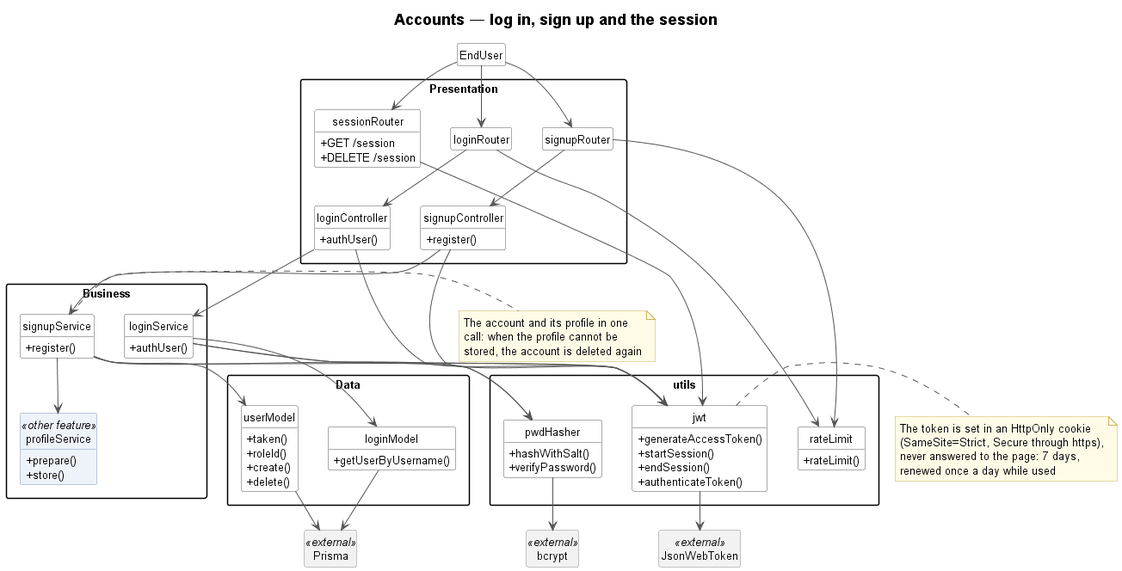
The PlantUML diagram docs/UML/sprint4/01-accounts.png in TPI2026-NewsGenerator/NewsGenerator-Backend, before a commit.
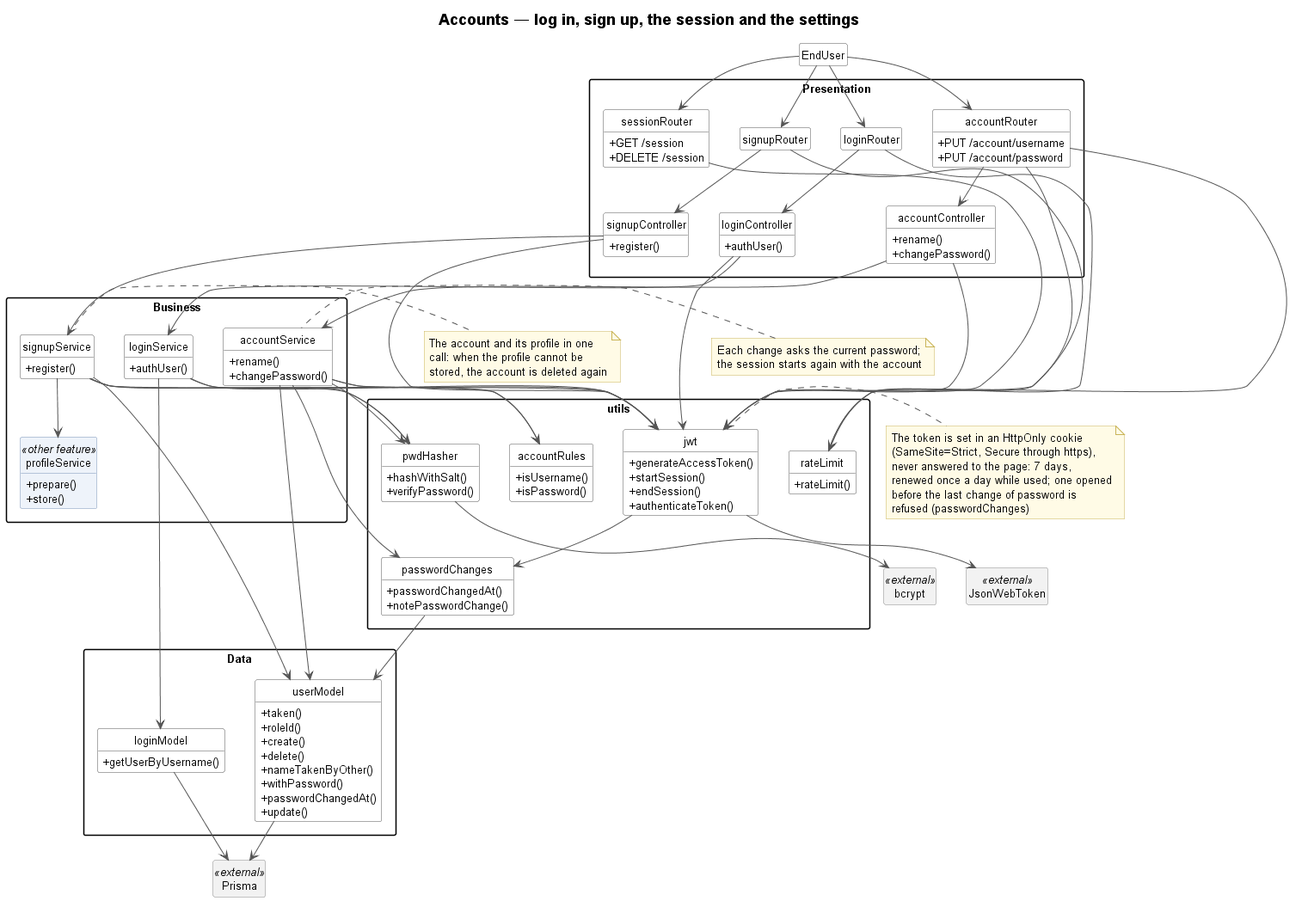
The same file after the commit.

Change to the diagram source:
```diff
@@ -1,6 +1,6 @@
 @startuml 01-accounts
 !include _style.iuml
-title Accounts — log in, sign up and the session
+title Accounts — log in, sign up, the session and the settings
 
 class EndUser
 package "Presentation" {
@@ -10,11 +10,19 @@
         + GET /session
         + DELETE /session
     }
+    class accountRouter {
+        + PUT /account/username
+        + PUT /account/password
+    }
     class loginController {
         + authUser()
     }
     class signupController {
         + register()
+    }
+    class accountController {
+        + rename()
+        + changePassword()
     }
 }
 package "Business" {
@@ -23,6 +31,10 @@
     }
     class signupService {
         + register()
+    }
+    class accountService {
+        + rename()
+        + changePassword()
     }
     class profileService <<other feature>> {
         + prepare()
@@ -34,6 +46,10 @@
     call: when the profile cannot be
     stored, the account is deleted again
 end note
+note left of accountService
+    Each change asks the current password;
+    the session starts again with the account
+end note
 package "Data" {
     class loginModel {
         + getUserByUsername()
@@ -43,6 +59,10 @@
         + roleId()
         + create()
         + delete()
+        + nameTakenByOther()
+        + withPassword()
+        + passwordChangedAt()
+        + update()
     }
 }
 package "utils" {
@@ -59,12 +79,22 @@
     class rateLimit {
         + rateLimit()
     }
+    class passwordChanges {
+        + passwordChangedAt()
+        + notePasswordChange()
+    }
+    class accountRules {
+        + isUsername()
+        + isPassword()
+    }
 }
 note right of jwt
     The token is set in an HttpOnly cookie
     (SameSite=Strict, Secure through https),
     never answered to the page: 7 days,
-    renewed once a day while used
+    renewed once a day while used; one opened
+    before the last change of password is
+    refused (passwordChanges)
 end note
 class bcrypt <<external>>
 class JsonWebToken <<external>>
@@ -73,6 +103,20 @@
 EndUser --> loginRouter
 EndUser --> signupRouter
 EndUser --> sessionRouter
+EndUser --> accountRouter
+accountRouter --> jwt
+accountRouter --> rateLimit
+accountRouter --> accountController
+accountController --> accountService
+accountController --> jwt
+accountService --> userModel
+accountService --> pwdHasher
+accountService --> accountRules
+accountService --> jwt
+signupService --> accountRules
+accountService --> passwordChanges
+jwt --> passwordChanges
+passwordChanges --> userModel
 loginRouter --> rateLimit
 loginRouter --> loginController
 sessionRouter --> jwt
```
